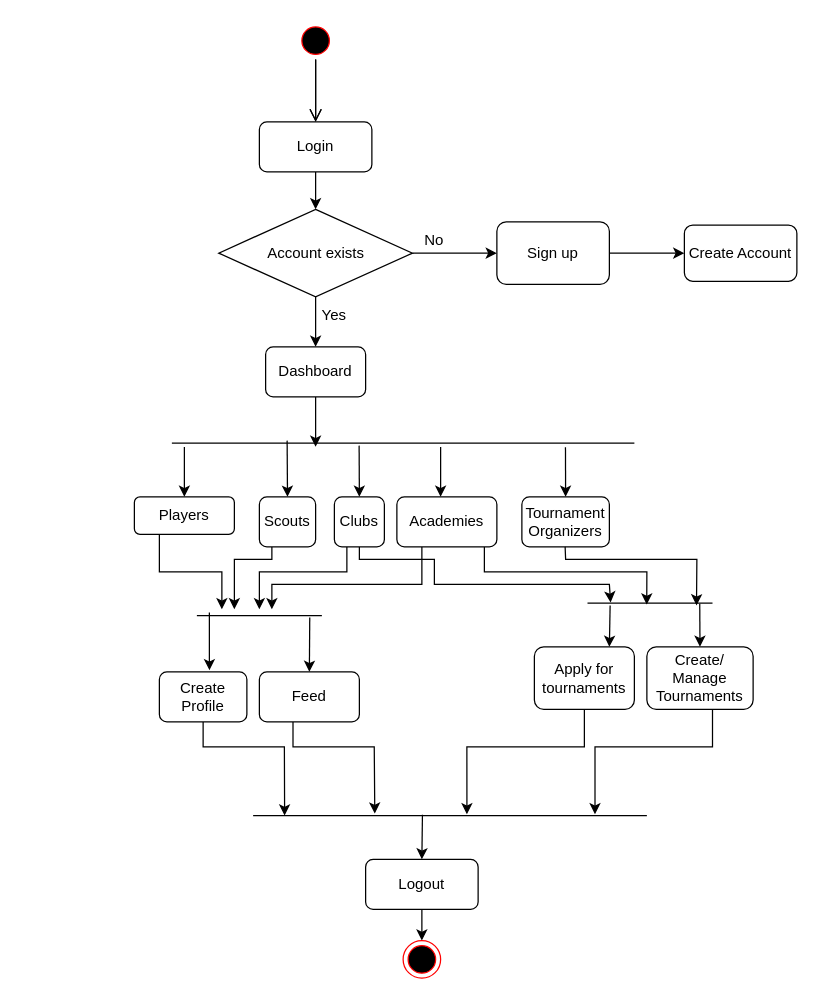
Before: Untitled Diagram.drawio in anumathew-25/anumathew-25, a draw.io diagram. Source tidied: cells renumbered, new cells numbered last; positions are measured from the earlier drawing's top-left corner, leaving out a move shared by most shapes. Both pictures are drawn from the tidied source at 125%, with x=0, y=0 at pixel (134, 21).
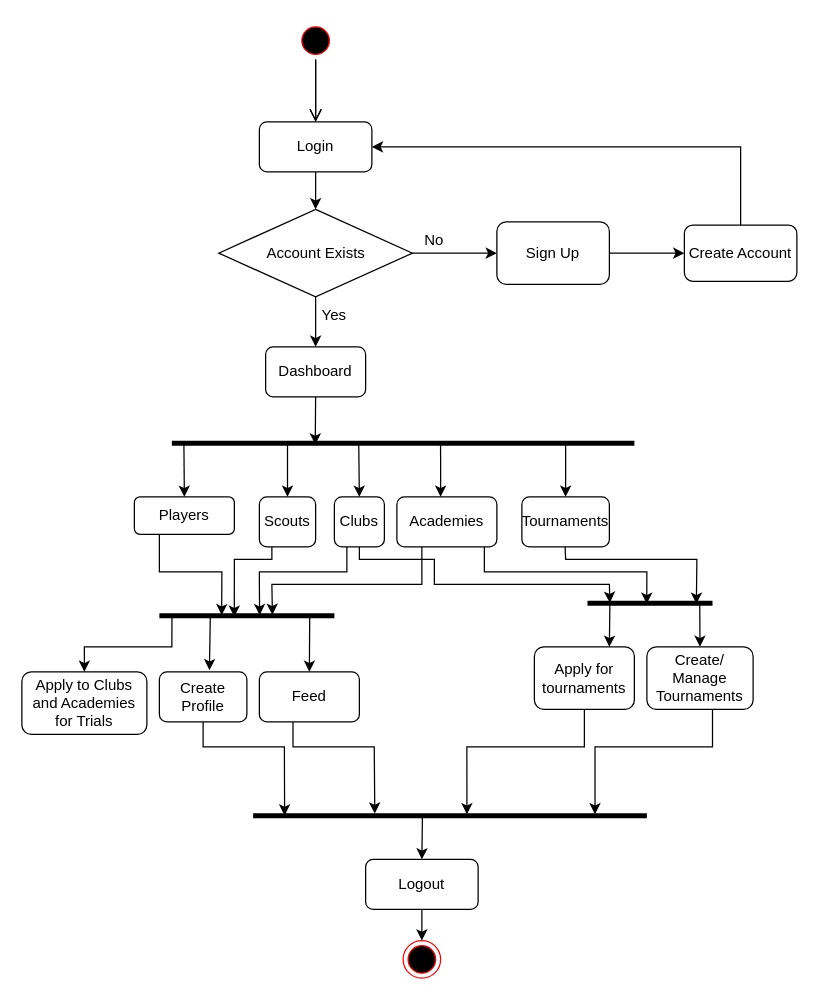
The same diagram, later.

The change refers to these unchanged cells:
```xml
<mxCell id="2" value="Login" style="rounded=1;whiteSpace=wrap;html=1;fillColor=#FFFFFF;strokeWidth=1;" parent="1" vertex="1">
  <mxGeometry x="100" y="80" width="90" height="40" as="geometry" />
</mxCell>
<mxCell id="12" value="Dashboard" style="rounded=1;whiteSpace=wrap;html=1;fillColor=#FFFFFF;strokeWidth=1;" parent="1" vertex="1">
  <mxGeometry x="105" y="260" width="80" height="40" as="geometry" />
</mxCell>
<mxCell id="18" value="Players" style="rounded=1;whiteSpace=wrap;html=1;strokeWidth=1;fillColor=#FFFFFF;" parent="1" vertex="1">
  <mxGeometry y="380" width="80" height="30" as="geometry" />
</mxCell>
<mxCell id="19" value="Scouts" style="rounded=1;whiteSpace=wrap;html=1;strokeWidth=1;fillColor=#FFFFFF;" parent="1" vertex="1">
  <mxGeometry x="100" y="380" width="45" height="40" as="geometry" />
</mxCell>
<mxCell id="20" value="Academies" style="rounded=1;whiteSpace=wrap;html=1;strokeWidth=1;fillColor=#FFFFFF;" parent="1" vertex="1">
  <mxGeometry x="210" y="380" width="80" height="40" as="geometry" />
</mxCell>
<mxCell id="23" value="Create Account" style="rounded=1;whiteSpace=wrap;html=1;strokeWidth=1;fillColor=#FFFFFF;" parent="1" vertex="1">
  <mxGeometry x="440" y="162.5" width="90" height="45" as="geometry" />
</mxCell>
<mxCell id="26" value="Create Profile" style="rounded=1;whiteSpace=wrap;html=1;strokeWidth=1;fillColor=#FFFFFF;" parent="1" vertex="1">
  <mxGeometry x="20" y="520" width="70" height="40" as="geometry" />
</mxCell>
<mxCell id="28" value="Feed" style="rounded=1;whiteSpace=wrap;html=1;strokeWidth=1;fillColor=#FFFFFF;" parent="1" vertex="1">
  <mxGeometry x="100" y="520" width="80" height="40" as="geometry" />
</mxCell>
<mxCell id="38" value="Apply for tournaments" style="rounded=1;whiteSpace=wrap;html=1;strokeWidth=1;fillColor=#FFFFFF;" parent="1" vertex="1">
  <mxGeometry x="320" y="500" width="80" height="50" as="geometry" />
</mxCell>
<mxCell id="39" value="Clubs" style="rounded=1;whiteSpace=wrap;html=1;strokeWidth=1;fillColor=#FFFFFF;" parent="1" vertex="1">
  <mxGeometry x="160" y="380" width="40" height="40" as="geometry" />
</mxCell>
```

What changed in the source:
```diff
@@
-    <mxCell id="7" value="Account exists" style="rhombus;whiteSpace=wrap;html=1;fillColor=#FFFFFF;strokeWidth=1;" parent="1" vertex="1">
+    <mxCell id="7" value="Account Exists" style="rhombus;whiteSpace=wrap;html=1;fillColor=#FFFFFF;strokeWidth=1;" parent="1" vertex="1">
       <mxGeometry x="67.5" y="150" width="155" height="70" as="geometry" />
     </mxCell>
@@
-    <mxCell id="11" value="Sign up" style="rounded=1;whiteSpace=wrap;html=1;fillColor=#FFFFFF;strokeWidth=1;" parent="1" vertex="1">
+    <mxCell id="11" value="Sign Up" style="rounded=1;whiteSpace=wrap;html=1;fillColor=#FFFFFF;strokeWidth=1;" parent="1" vertex="1">
       <mxGeometry x="290" y="160" width="90" height="50" as="geometry" />
     </mxCell>
@@
-    <mxCell id="14" style="endArrow=classic;html=1;rounded=0;strokeColor=#000000;exitX=0.5;exitY=1;exitDx=0;exitDy=0;strokeWidth=1;" parent="1" edge="1" source="12">
-      <mxGeometry relative="1" as="geometry">
-        <mxPoint x="145" y="340" as="targetPoint" />
-      </mxGeometry>
+    <mxCell id="14" style="endArrow=classic;html=1;rounded=0;strokeColor=#000000;exitX=0.5;exitY=1;exitDx=0;exitDy=0;strokeWidth=1;entryX=0.31;entryY=0.778;entryDx=0;entryDy=0;entryPerimeter=0;" parent="1" edge="1" source="12" target="15">
+      <mxGeometry relative="1" as="geometry" />
     </mxCell>
-    <mxCell id="15" style="line;strokeWidth=1;fillColor=none;align=left;verticalAlign=middle;spacingTop=-1;spacingLeft=3;spacingRight=3;labelPosition=right;points=[];portConstraint=eastwest;" parent="1" vertex="1">
+    <mxCell id="15" style="line;strokeWidth=4;fillColor=none;align=left;verticalAlign=middle;spacingTop=-1;spacingLeft=3;spacingRight=3;labelPosition=right;points=[];portConstraint=eastwest;" parent="1" vertex="1">
       <mxGeometry x="30" y="335" width="370" height="4" as="geometry" />
     </mxCell>
-    <mxCell id="16" style="endArrow=classic;html=1;rounded=0;strokeColor=#000000;strokeWidth=1;" parent="1" edge="1">
+    <mxCell id="16" style="endArrow=classic;html=1;rounded=0;strokeColor=#000000;strokeWidth=1;exitX=0.026;exitY=0.483;exitDx=0;exitDy=0;exitPerimeter=0;" parent="1" edge="1" source="15">
       <mxGeometry relative="1" as="geometry">
-        <mxPoint x="40" y="340" as="sourcePoint" />
         <mxPoint x="40" y="380" as="targetPoint" />
       </mxGeometry>
     </mxCell>
-    <mxCell id="17" style="endArrow=classic;html=1;rounded=0;strokeColor=#000000;entryX=0.5;entryY=0;entryDx=0;entryDy=0;strokeWidth=1;" parent="1" edge="1" target="19">
-      <mxGeometry relative="1" as="geometry">
-        <mxPoint x="122.2" y="335" as="sourcePoint" />
-      </mxGeometry>
+    <mxCell id="17" style="endArrow=classic;html=1;rounded=0;strokeColor=#000000;entryX=0.5;entryY=0;entryDx=0;entryDy=0;strokeWidth=1;exitX=0.25;exitY=0.492;exitDx=0;exitDy=0;exitPerimeter=0;" parent="1" edge="1" source="15" target="19">
+      <mxGeometry relative="1" as="geometry" />
     </mxCell>
@@
-    <mxCell id="21" style="endArrow=classic;html=1;rounded=0;strokeColor=#000000;strokeWidth=1;" parent="1" edge="1">
+    <mxCell id="21" style="endArrow=classic;html=1;rounded=0;strokeColor=#000000;strokeWidth=1;exitX=0.581;exitY=0.621;exitDx=0;exitDy=0;exitPerimeter=0;" parent="1" edge="1" source="15">
       <mxGeometry relative="1" as="geometry">
-        <mxPoint x="245" y="340" as="sourcePoint" />
         <mxPoint x="245" y="380" as="targetPoint" />
       </mxGeometry>
     </mxCell>
-    <mxCell id="22" style="line;strokeWidth=1;fillColor=none;align=left;verticalAlign=middle;spacingTop=-1;spacingLeft=3;spacingRight=3;labelPosition=right;points=[];portConstraint=eastwest;" parent="1" vertex="1">
-      <mxGeometry x="50" y="470" width="100" height="10" as="geometry" />
+    <mxCell id="22" style="line;strokeWidth=4;fillColor=none;align=left;verticalAlign=middle;spacingTop=-1;spacingLeft=3;spacingRight=3;labelPosition=right;points=[];portConstraint=eastwest;" parent="1" vertex="1">
+      <mxGeometry x="20" y="470" width="140" height="10" as="geometry" />
     </mxCell>
@@
-    <mxCell id="25" style="endArrow=classic;html=1;rounded=0;strokeColor=#000000;entryX=0.572;entryY=-0.034;entryDx=0;entryDy=0;entryPerimeter=0;strokeWidth=1;" parent="1" edge="1" target="26">
-      <mxGeometry relative="1" as="geometry">
-        <mxPoint x="60" y="472.5" as="sourcePoint" />
-      </mxGeometry>
+    <mxCell id="25" style="endArrow=classic;html=1;rounded=0;strokeColor=#000000;entryX=0.572;entryY=-0.034;entryDx=0;entryDy=0;entryPerimeter=0;strokeWidth=1;exitX=0.291;exitY=0.551;exitDx=0;exitDy=0;exitPerimeter=0;" parent="1" edge="1" source="22" target="26">
+      <mxGeometry relative="1" as="geometry" />
     </mxCell>
@@
-    <mxCell id="27" style="endArrow=classic;html=1;rounded=0;strokeColor=#000000;entryX=0.5;entryY=0;entryDx=0;entryDy=0;exitX=0.903;exitY=0.656;exitDx=0;exitDy=0;exitPerimeter=0;strokeWidth=1;" parent="1" edge="1" source="22" target="28">
+    <mxCell id="27" style="endArrow=classic;html=1;rounded=0;strokeColor=#000000;entryX=0.5;entryY=0;entryDx=0;entryDy=0;exitX=0.859;exitY=0.512;exitDx=0;exitDy=0;exitPerimeter=0;strokeWidth=1;" parent="1" edge="1" source="22" target="28">
       <mxGeometry relative="1" as="geometry" />
     </mxCell>
@@
-    <mxCell id="29" value="Tournament&lt;br&gt;Organizers" style="rounded=1;whiteSpace=wrap;html=1;strokeWidth=1;fillColor=#FFFFFF;" parent="1" vertex="1">
+    <mxCell id="29" value="Tournaments" style="rounded=1;whiteSpace=wrap;html=1;strokeWidth=1;fillColor=#FFFFFF;" parent="1" vertex="1">
       <mxGeometry x="310" y="380" width="70" height="40" as="geometry" />
     </mxCell>
-    <mxCell id="30" style="endArrow=classic;html=1;rounded=0;strokeColor=#000000;entryX=0.5;entryY=0;entryDx=0;entryDy=0;exitX=0.851;exitY=1.306;exitDx=0;exitDy=0;exitPerimeter=0;strokeWidth=1;" parent="1" edge="1" source="15" target="29">
-      <mxGeometry relative="1" as="geometry" />
+    <mxCell id="30" style="endArrow=classic;html=1;rounded=0;strokeColor=#000000;entryX=0.5;entryY=0;entryDx=0;entryDy=0;strokeWidth=1;" parent="1" edge="1" target="29">
+      <mxGeometry relative="1" as="geometry">
+        <mxPoint x="345" y="337" as="sourcePoint" />
+      </mxGeometry>
     </mxCell>
-    <mxCell id="31" style="endArrow=classic;html=1;rounded=0;strokeColor=#000000;exitX=0.25;exitY=1;exitDx=0;exitDy=0;strokeWidth=1;" parent="1" edge="1" source="18">
+    <mxCell id="31" style="endArrow=classic;html=1;rounded=0;strokeColor=#000000;exitX=0.25;exitY=1;exitDx=0;exitDy=0;strokeWidth=1;entryX=0.356;entryY=0.465;entryDx=0;entryDy=0;entryPerimeter=0;" parent="1" edge="1" source="18" target="22">
       <mxGeometry relative="1" as="geometry">
-        <mxPoint x="70" y="470" as="targetPoint" />
         <Array as="points">
           <mxPoint x="20" y="440" />
           <mxPoint x="70" y="440" />
         </Array>
       </mxGeometry>
     </mxCell>
-    <mxCell id="32" style="endArrow=classic;html=1;rounded=0;strokeColor=#000000;strokeWidth=1;" parent="1" edge="1">
+    <mxCell id="32" style="endArrow=classic;html=1;rounded=0;strokeColor=#000000;strokeWidth=1;entryX=0.428;entryY=0.588;entryDx=0;entryDy=0;entryPerimeter=0;" parent="1" edge="1" target="22">
       <mxGeometry relative="1" as="geometry">
         <mxPoint x="110" y="420" as="sourcePoint" />
-        <mxPoint x="80" y="470" as="targetPoint" />
         <Array as="points">
           <mxPoint x="110" y="430" />
           <mxPoint x="80" y="430" />
         </Array>
       </mxGeometry>
     </mxCell>
@@
-    <mxCell id="34" style="endArrow=classic;html=1;rounded=0;strokeColor=#000000;entryX=0.474;entryY=0.61;entryDx=0;entryDy=0;entryPerimeter=0;strokeWidth=1;" parent="1" edge="1" target="37">
+    <mxCell id="34" style="endArrow=classic;html=1;rounded=0;strokeColor=#000000;entryX=0.474;entryY=0.556;entryDx=0;entryDy=0;entryPerimeter=0;strokeWidth=1;" parent="1" edge="1" target="37">
       <mxGeometry relative="1" as="geometry">
         <mxPoint x="280" y="420" as="sourcePoint" />
         <Array as="points">
           <mxPoint x="280" y="440" />
           <mxPoint x="410" y="440" />
         </Array>
       </mxGeometry>
     </mxCell>
@@
-    <mxCell id="36" style="endArrow=classic;html=1;rounded=0;strokeColor=#000000;entryX=0.872;entryY=0.681;entryDx=0;entryDy=0;entryPerimeter=0;strokeWidth=1;" parent="1" edge="1" target="37">
+    <mxCell id="36" style="endArrow=classic;html=1;rounded=0;strokeColor=#000000;entryX=0.871;entryY=0.556;entryDx=0;entryDy=0;entryPerimeter=0;strokeWidth=1;" parent="1" edge="1" target="37">
       <mxGeometry relative="1" as="geometry">
         <mxPoint x="344.6" y="420" as="sourcePoint" />
         <Array as="points">
           <mxPoint x="345" y="430" />
           <mxPoint x="450" y="430" />
         </Array>
       </mxGeometry>
     </mxCell>
-    <mxCell id="37" style="line;strokeWidth=1;fillColor=none;align=left;verticalAlign=middle;spacingTop=-1;spacingLeft=3;spacingRight=3;labelPosition=right;points=[];portConstraint=eastwest;" parent="1" vertex="1">
+    <mxCell id="37" style="line;strokeWidth=4;fillColor=none;align=left;verticalAlign=middle;spacingTop=-1;spacingLeft=3;spacingRight=3;labelPosition=right;points=[];portConstraint=eastwest;" parent="1" vertex="1">
       <mxGeometry x="362.5" y="460" width="100" height="10" as="geometry" />
     </mxCell>
@@
-    <mxCell id="40" style="endArrow=classic;html=1;rounded=0;strokeColor=#000000;strokeWidth=1;" parent="1" edge="1">
+    <mxCell id="40" style="endArrow=classic;html=1;rounded=0;strokeColor=#000000;strokeWidth=1;exitX=0.404;exitY=0.395;exitDx=0;exitDy=0;exitPerimeter=0;" parent="1" edge="1" source="15">
       <mxGeometry relative="1" as="geometry">
-        <mxPoint x="179.8" y="339" as="sourcePoint" />
         <mxPoint x="180" y="380" as="targetPoint" />
       </mxGeometry>
     </mxCell>
-    <mxCell id="41" style="endArrow=classic;html=1;rounded=0;strokeColor=#000000;strokeWidth=1;exitX=0.25;exitY=1;exitDx=0;exitDy=0;" parent="1" edge="1" source="39">
+    <mxCell id="41" style="endArrow=classic;html=1;rounded=0;strokeColor=#000000;strokeWidth=1;exitX=0.25;exitY=1;exitDx=0;exitDy=0;entryX=0.573;entryY=0.465;entryDx=0;entryDy=0;entryPerimeter=0;" parent="1" edge="1" source="39" target="22">
       <mxGeometry relative="1" as="geometry">
-        <mxPoint x="100" y="470" as="targetPoint" />
         <Array as="points">
           <mxPoint x="170" y="440" />
           <mxPoint x="100" y="440" />
           <mxPoint x="100" y="450" />
         </Array>
       </mxGeometry>
     </mxCell>
-    <mxCell id="42" style="endArrow=classic;html=1;rounded=0;strokeColor=#000000;strokeWidth=1;exitX=0.25;exitY=1;exitDx=0;exitDy=0;" parent="1" edge="1" source="20">
+    <mxCell id="42" style="endArrow=classic;html=1;rounded=0;strokeColor=#000000;strokeWidth=1;exitX=0.25;exitY=1;exitDx=0;exitDy=0;entryX=0.646;entryY=0.435;entryDx=0;entryDy=0;entryPerimeter=0;" parent="1" edge="1" source="20" target="22">
       <mxGeometry relative="1" as="geometry">
-        <mxPoint x="110" y="470" as="targetPoint" />
         <Array as="points">
           <mxPoint x="230" y="450" />
           <mxPoint x="110" y="450" />
         </Array>
       </mxGeometry>
     </mxCell>
-    <mxCell id="43" style="endArrow=classic;html=1;rounded=0;strokeColor=#000000;strokeWidth=1;exitX=0.5;exitY=1;exitDx=0;exitDy=0;entryX=0.185;entryY=0.451;entryDx=0;entryDy=0;entryPerimeter=0;" parent="1" edge="1" source="39" target="37">
+    <mxCell id="43" style="endArrow=classic;html=1;rounded=0;strokeColor=#000000;strokeWidth=1;exitX=0.5;exitY=1;exitDx=0;exitDy=0;entryX=0.179;entryY=0.471;entryDx=0;entryDy=0;entryPerimeter=0;" parent="1" edge="1" source="39" target="37">
       <mxGeometry relative="1" as="geometry">
         <Array as="points">
           <mxPoint x="180" y="430" />
           <mxPoint x="240" y="430" />
           <mxPoint x="240" y="450" />
           <mxPoint x="380" y="450" />
         </Array>
       </mxGeometry>
     </mxCell>
-    <mxCell id="44" style="endArrow=classic;html=1;rounded=0;strokeColor=#000000;strokeWidth=1;exitX=0.181;exitY=0.69;exitDx=0;exitDy=0;exitPerimeter=0;entryX=0.75;entryY=0;entryDx=0;entryDy=0;" parent="1" edge="1" source="37" target="38">
+    <mxCell id="44" style="endArrow=classic;html=1;rounded=0;strokeColor=#000000;strokeWidth=1;exitX=0.179;exitY=0.577;exitDx=0;exitDy=0;exitPerimeter=0;entryX=0.75;entryY=0;entryDx=0;entryDy=0;" parent="1" edge="1" source="37" target="38">
       <mxGeometry relative="1" as="geometry" />
     </mxCell>
-    <mxCell id="45" style="line;strokeWidth=1;fillColor=none;align=left;verticalAlign=middle;spacingTop=-1;spacingLeft=3;spacingRight=3;labelPosition=right;points=[];portConstraint=eastwest;" parent="1" vertex="1">
+    <mxCell id="45" style="line;strokeWidth=4;fillColor=none;align=left;verticalAlign=middle;spacingTop=-1;spacingLeft=3;spacingRight=3;labelPosition=right;points=[];portConstraint=eastwest;" parent="1" vertex="1">
       <mxGeometry x="95" y="630" width="315" height="10" as="geometry" />
     </mxCell>
@@
+    <mxCell id="54" style="endArrow=classic;html=1;rounded=0;exitX=0.5;exitY=0;exitDx=0;exitDy=0;entryX=1;entryY=0.5;entryDx=0;entryDy=0;" parent="1" edge="1" source="23" target="2">
+      <mxGeometry relative="1" as="geometry">
+        <Array as="points">
+          <mxPoint x="485" y="100" />
+        </Array>
+      </mxGeometry>
+    </mxCell>
+    <mxCell id="55" value="Apply to Clubs and Academies for Trials" style="rounded=1;whiteSpace=wrap;html=1;" parent="1" vertex="1">
+      <mxGeometry x="-90" y="520" width="100" height="50" as="geometry" />
+    </mxCell>
+    <mxCell id="56" style="endArrow=classic;html=1;rounded=0;exitX=0.072;exitY=0.502;exitDx=0;exitDy=0;exitPerimeter=0;entryX=0.5;entryY=0;entryDx=0;entryDy=0;" parent="1" edge="1" source="22" target="55">
+      <mxGeometry relative="1" as="geometry">
+        <Array as="points">
+          <mxPoint x="30" y="500" />
+          <mxPoint x="-40" y="500" />
+        </Array>
+      </mxGeometry>
+    </mxCell>
```
